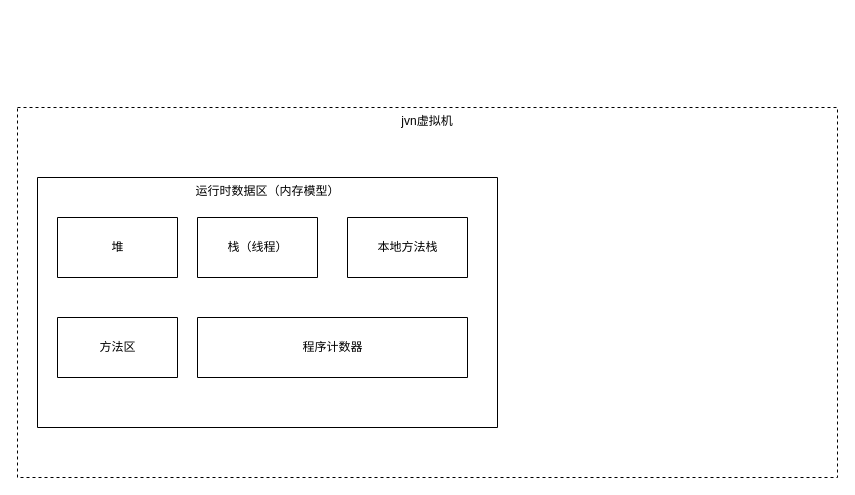
Earlier version of the draw.io diagram jvm结构1.drawio (qiuzhenjie/chart). Source tidied: cells renumbered, new cells numbered last; positions are measured from the earlier drawing's top-left corner, leaving out a move shared by most shapes. Both pictures are drawn from the tidied source at 100%, with x=0, y=0 at pixel (17, 107).
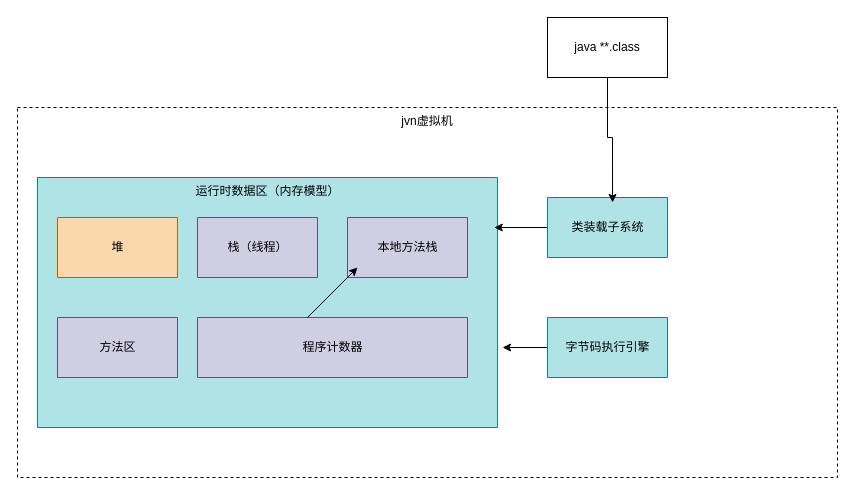
After the change.

The edit, as a diff of the source:
```diff
@@
 <mxGraphModel>
   <root>
     <mxCell id="0" />
     <mxCell id="1" parent="0" />
     <mxCell id="2" value="jvn虚拟机" style="rounded=0;whiteSpace=wrap;html=1;dashed=1;align=center;verticalAlign=top;" parent="1" vertex="1">
       <mxGeometry width="820" height="370" as="geometry" />
     </mxCell>
-    <mxCell id="3" value="&lt;div align=&quot;center&quot;&gt;运行时数据区（内存模型）&lt;br&gt;&lt;/div&gt;" style="verticalLabelPosition=middle;verticalAlign=top;html=1;shape=mxgraph.basic.rect;fillColor2=none;strokeWidth=1;size=20;indent=5;align=center;labelPosition=center;" parent="1" vertex="1">
+    <mxCell id="3" value="&lt;div align=&quot;center&quot;&gt;运行时数据区（内存模型）&lt;br&gt;&lt;/div&gt;" style="verticalLabelPosition=middle;verticalAlign=top;html=1;shape=mxgraph.basic.rect;fillColor2=none;strokeWidth=1;size=20;indent=5;align=center;labelPosition=center;labelBackgroundColor=none;spacingTop=0;fillColor=#b0e3e6;strokeColor=#0e8088;" parent="1" vertex="1">
       <mxGeometry x="20" y="70" width="460" height="250" as="geometry" />
     </mxCell>
-    <mxCell id="4" value="堆" style="verticalLabelPosition=middle;verticalAlign=middle;html=1;shape=mxgraph.basic.rect;fillColor2=none;strokeWidth=1;size=20;indent=5;align=center;labelPosition=center;horizontal=1;" parent="1" vertex="1">
+    <mxCell id="4" value="堆" style="verticalLabelPosition=middle;verticalAlign=middle;html=1;shape=mxgraph.basic.rect;fillColor2=none;strokeWidth=1;size=20;indent=5;align=center;labelPosition=center;horizontal=1;fillColor=#fad7ac;strokeColor=#b46504;" parent="1" vertex="1">
       <mxGeometry x="40" y="110" width="120" height="60" as="geometry" />
     </mxCell>
-    <mxCell id="5" value="栈（线程）" style="verticalLabelPosition=middle;verticalAlign=middle;html=1;shape=mxgraph.basic.rect;fillColor2=none;strokeWidth=1;size=20;indent=5;align=center;labelPosition=center;" parent="1" vertex="1">
+    <mxCell id="5" value="栈（线程）" style="verticalLabelPosition=middle;verticalAlign=middle;html=1;shape=mxgraph.basic.rect;fillColor2=none;strokeWidth=1;size=20;indent=5;align=center;labelPosition=center;fillColor=#d0cee2;strokeColor=#56517e;" parent="1" vertex="1">
       <mxGeometry x="180" y="110" width="120" height="60" as="geometry" />
     </mxCell>
-    <mxCell id="6" value="本地方法栈" style="verticalLabelPosition=middle;verticalAlign=middle;html=1;shape=mxgraph.basic.rect;fillColor2=none;strokeWidth=1;size=20;indent=5;align=center;labelPosition=center;" parent="1" vertex="1">
+    <mxCell id="6" value="本地方法栈" style="verticalLabelPosition=middle;verticalAlign=middle;html=1;shape=mxgraph.basic.rect;fillColor2=none;strokeWidth=1;size=20;indent=5;align=center;labelPosition=center;fillColor=#d0cee2;strokeColor=#56517e;" parent="1" vertex="1">
       <mxGeometry x="330" y="110" width="120" height="60" as="geometry" />
     </mxCell>
-    <mxCell id="7" value="方法区" style="verticalLabelPosition=middle;verticalAlign=middle;html=1;shape=mxgraph.basic.rect;fillColor2=none;strokeWidth=1;size=20;indent=5;align=center;labelPosition=center;" parent="1" vertex="1">
+    <mxCell id="7" value="方法区" style="verticalLabelPosition=middle;verticalAlign=middle;html=1;shape=mxgraph.basic.rect;fillColor2=none;strokeWidth=1;size=20;indent=5;align=center;labelPosition=center;fillColor=#d0cee2;strokeColor=#56517e;" parent="1" vertex="1">
       <mxGeometry x="40" y="210" width="120" height="60" as="geometry" />
     </mxCell>
-    <mxCell id="8" value="程序计数器" style="verticalLabelPosition=middle;verticalAlign=middle;html=1;shape=mxgraph.basic.rect;fillColor2=none;strokeWidth=1;size=20;indent=5;align=center;labelPosition=center;" parent="1" vertex="1">
+    <mxCell id="8" value="程序计数器" style="verticalLabelPosition=middle;verticalAlign=middle;html=1;shape=mxgraph.basic.rect;fillColor2=none;strokeWidth=1;size=20;indent=5;align=center;labelPosition=center;fillColor=#d0cee2;strokeColor=#56517e;" parent="1" vertex="1">
       <mxGeometry x="180" y="210" width="270" height="60" as="geometry" />
     </mxCell>
+    <mxCell id="9" style="edgeStyle=orthogonalEdgeStyle;rounded=0;jettySize=auto;html=1;entryX=0.993;entryY=0.2;entryDx=0;entryDy=0;entryPerimeter=0;fontColor=#000000;" parent="1" edge="1" source="10" target="3">
+      <mxGeometry relative="1" as="geometry" />
+    </mxCell>
+    <mxCell id="10" value="类装载子系统" style="verticalLabelPosition=middle;verticalAlign=middle;html=1;shape=mxgraph.basic.rect;fillColor2=none;strokeWidth=1;size=20;indent=5;labelBackgroundColor=none;align=center;labelPosition=center;fillColor=#b0e3e6;strokeColor=#0e8088;" parent="1" vertex="1">
+      <mxGeometry x="530" y="90" width="120" height="60" as="geometry" />
+    </mxCell>
+    <mxCell id="11" style="edgeStyle=orthogonalEdgeStyle;rounded=0;jettySize=auto;html=1;entryX=1.011;entryY=0.68;entryDx=0;entryDy=0;entryPerimeter=0;fontColor=#000000;" parent="1" edge="1" source="12" target="3">
+      <mxGeometry relative="1" as="geometry" />
+    </mxCell>
+    <mxCell id="12" value="字节码执行引擎" style="verticalLabelPosition=middle;verticalAlign=middle;html=1;shape=mxgraph.basic.rect;fillColor2=none;strokeWidth=1;size=20;indent=5;labelBackgroundColor=none;align=center;labelPosition=center;fillColor=#b0e3e6;strokeColor=#0e8088;" parent="1" vertex="1">
+      <mxGeometry x="530" y="210" width="120" height="60" as="geometry" />
+    </mxCell>
+    <mxCell id="13" style="endArrow=classic;html=1;fontColor=#000000;" parent="1" edge="1">
+      <mxGeometry relative="1" as="geometry">
+        <mxPoint x="290" y="210" as="sourcePoint" />
+        <mxPoint x="340" y="160" as="targetPoint" />
+      </mxGeometry>
+    </mxCell>
+    <mxCell id="14" style="edgeStyle=orthogonalEdgeStyle;rounded=0;jettySize=auto;html=1;entryX=0.542;entryY=0.083;entryDx=0;entryDy=0;entryPerimeter=0;fontColor=#000000;" parent="1" edge="1" source="15" target="10">
+      <mxGeometry relative="1" as="geometry" />
+    </mxCell>
+    <mxCell id="15" value="java **.class" style="rounded=0;whiteSpace=wrap;html=1;labelBackgroundColor=none;fontColor=#000000;align=center;" parent="1" vertex="1">
+      <mxGeometry x="530" y="-90" width="120" height="60" as="geometry" />
+    </mxCell>
   </root>
 </mxGraphModel>
```
